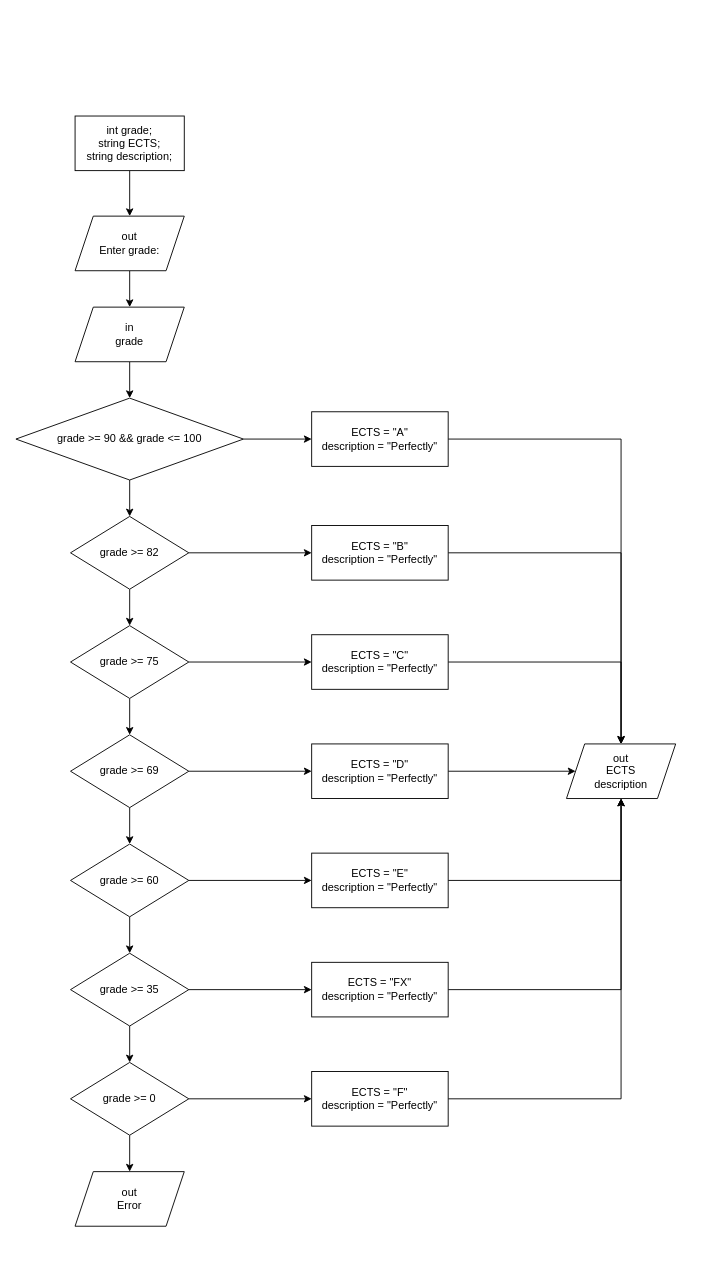
Above: homework/HW1/diagram.drawio in rocket-fuel86/AlgorithmTheory-Cpp (draw.io), before the change. Source tidied: cells renumbered, new cells numbered last; positions are measured from the earlier drawing's top-left corner, leaving out a move shared by most shapes. Both pictures are drawn from the tidied source at 91%, with x=0, y=0 at pixel (15, 116).
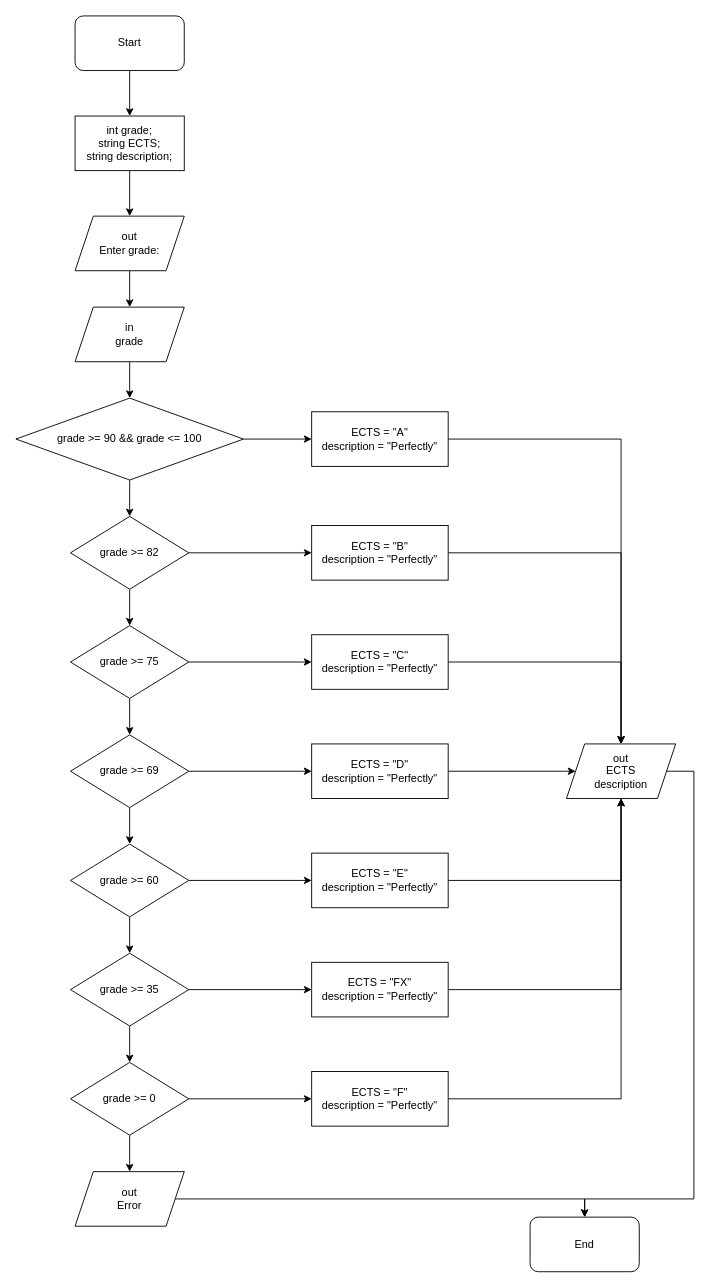
The same page after the edit.

Unchanged cells that the change refers to:
```xml
<mxCell id="3" value="&lt;div&gt;int grade;&lt;/div&gt;&lt;div&gt;string ECTS;&lt;/div&gt;&lt;div&gt;string description;&lt;/div&gt;" style="rounded=0;whiteSpace=wrap;html=1;" parent="1" vertex="1">
  <mxGeometry x="65" width="120" height="60" as="geometry" />
</mxCell>
<mxCell id="43" value="out&lt;br&gt;ECTS&lt;br&gt;description" style="shape=parallelogram;perimeter=parallelogramPerimeter;whiteSpace=wrap;html=1;shapeInside=1;fixedSize=1;" parent="1" vertex="1">
  <mxGeometry x="605" y="690" width="120" height="60" as="geometry" />
</mxCell>
<mxCell id="44" value="out&lt;br&gt;Error" style="shape=parallelogram;perimeter=parallelogramPerimeter;whiteSpace=wrap;html=1;shapeInside=1;fixedSize=1;" parent="1" vertex="1">
  <mxGeometry x="65" y="1160" width="120" height="60" as="geometry" />
</mxCell>
```

The edit, as a diff of the source:
```diff
@@
+    <mxCell id="45" style="edgeStyle=orthogonalEdgeStyle;rounded=0;jettySize=auto;html=1;exitX=1;exitY=0.5;exitDx=0;exitDy=0;entryX=0.5;entryY=0;entryDx=0;entryDy=0;" parent="1" edge="1" source="43" target="47">
+      <mxGeometry relative="1" as="geometry">
+        <Array as="points">
+          <mxPoint x="745" y="720" />
+          <mxPoint x="745" y="1190" />
+          <mxPoint x="625" y="1190" />
+        </Array>
+      </mxGeometry>
+    </mxCell>
@@
+    <mxCell id="46" style="edgeStyle=orthogonalEdgeStyle;rounded=0;jettySize=auto;html=1;exitX=1;exitY=0.5;exitDx=0;exitDy=0;entryX=0.5;entryY=0;entryDx=0;entryDy=0;" parent="1" edge="1" source="44" target="47">
+      <mxGeometry relative="1" as="geometry" />
+    </mxCell>
@@
+    <mxCell id="47" value="End" style="rounded=1;whiteSpace=wrap;html=1;" parent="1" vertex="1">
+      <mxGeometry x="565" y="1210" width="120" height="60" as="geometry" />
+    </mxCell>
+    <mxCell id="48" style="edgeStyle=orthogonalEdgeStyle;rounded=0;jettySize=auto;html=1;exitX=0.5;exitY=1;exitDx=0;exitDy=0;entryX=0.5;entryY=0;entryDx=0;entryDy=0;" parent="1" edge="1" source="49" target="3">
+      <mxGeometry relative="1" as="geometry" />
+    </mxCell>
+    <mxCell id="49" value="Start" style="rounded=1;whiteSpace=wrap;html=1;" parent="1" vertex="1">
+      <mxGeometry x="65" y="-110" width="120" height="60" as="geometry" />
+    </mxCell>
```
